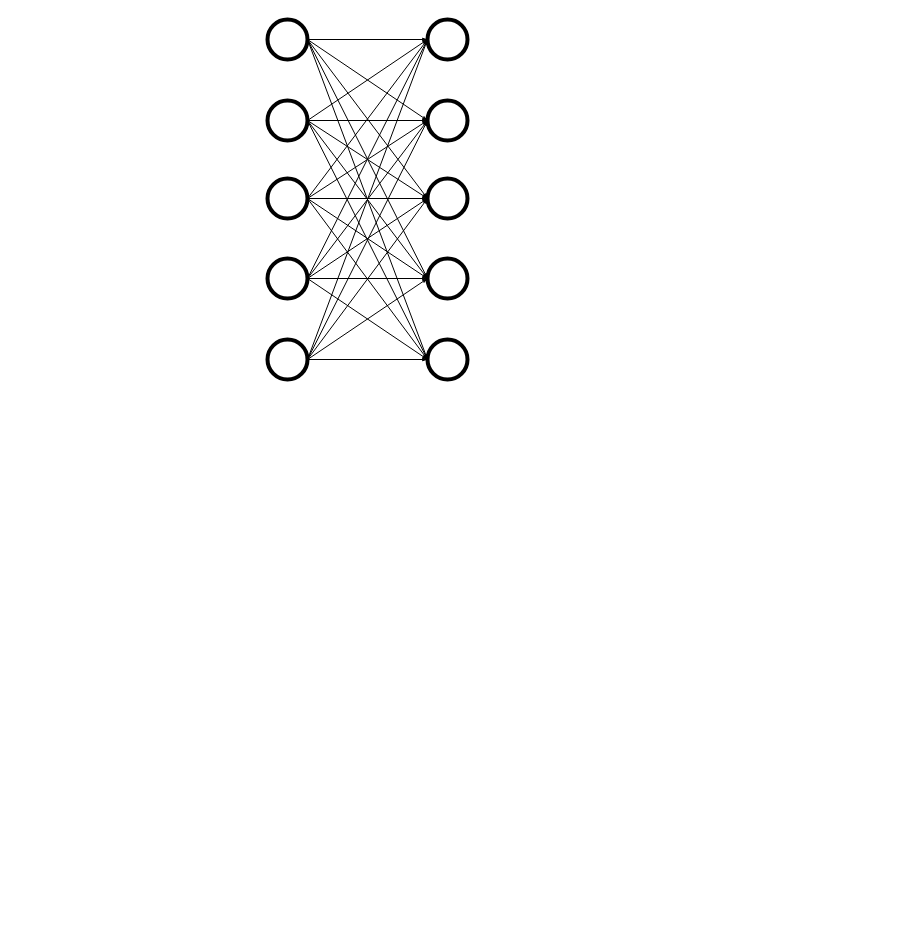
This is Untitled Diagram.drawio from gouxute/leetcode, a draw.io file, before an edit. Source tidied: cells renumbered, new cells numbered last; positions are measured from the earlier drawing's top-left corner, leaving out a move shared by most shapes. Both pictures are drawn from the tidied source at 100%, with x=0, y=0 at pixel (267, 19).
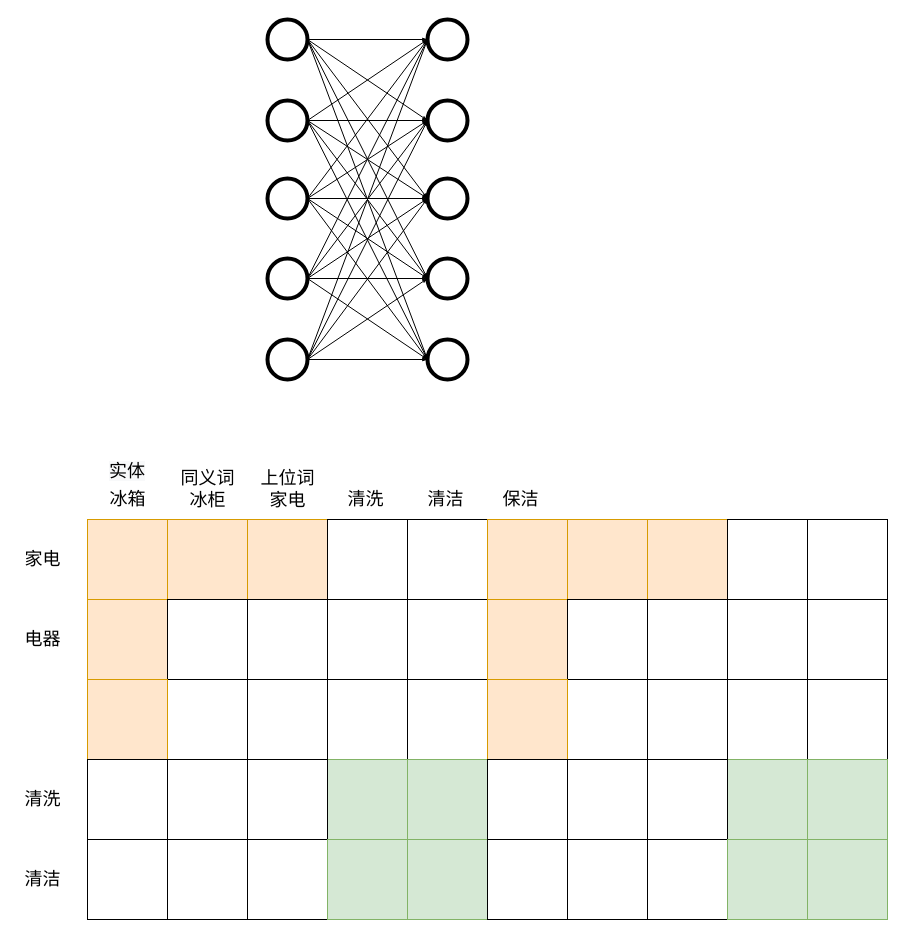
Above is the later version.

The edit, as a diff of the source:
```diff
@@
+    <mxCell id="37" style="whiteSpace=wrap;html=1;fillColor=#ffe6cc;strokeColor=#d79b00;" parent="1" vertex="1">
+      <mxGeometry x="-180" y="500" width="80" height="80" as="geometry" />
+    </mxCell>
+    <mxCell id="38" style="whiteSpace=wrap;html=1;fillColor=#ffe6cc;strokeColor=#d79b00;" parent="1" vertex="1">
+      <mxGeometry x="-100" y="500" width="80" height="80" as="geometry" />
+    </mxCell>
+    <mxCell id="39" style="whiteSpace=wrap;html=1;fillColor=#ffe6cc;strokeColor=#d79b00;" parent="1" vertex="1">
+      <mxGeometry x="-20" y="500" width="80" height="80" as="geometry" />
+    </mxCell>
+    <mxCell id="40" style="whiteSpace=wrap;html=1;fillColor=#ffe6cc;strokeColor=#d79b00;" parent="1" vertex="1">
+      <mxGeometry x="-180" y="580" width="80" height="80" as="geometry" />
+    </mxCell>
+    <mxCell id="41" style="whiteSpace=wrap;html=1;" parent="1" vertex="1">
+      <mxGeometry x="-100" y="580" width="80" height="80" as="geometry" />
+    </mxCell>
+    <mxCell id="42" style="whiteSpace=wrap;html=1;" parent="1" vertex="1">
+      <mxGeometry x="-20" y="580" width="80" height="80" as="geometry" />
+    </mxCell>
+    <mxCell id="43" style="whiteSpace=wrap;html=1;" parent="1" vertex="1">
+      <mxGeometry x="-20" y="660" width="80" height="80" as="geometry" />
+    </mxCell>
+    <mxCell id="44" style="whiteSpace=wrap;html=1;" parent="1" vertex="1">
+      <mxGeometry x="-100" y="660" width="80" height="80" as="geometry" />
+    </mxCell>
+    <mxCell id="45" style="whiteSpace=wrap;html=1;fillColor=#ffe6cc;strokeColor=#d79b00;" parent="1" vertex="1">
+      <mxGeometry x="-180" y="660" width="80" height="80" as="geometry" />
+    </mxCell>
+    <mxCell id="46" style="whiteSpace=wrap;html=1;" parent="1" vertex="1">
+      <mxGeometry x="60" y="500" width="80" height="80" as="geometry" />
+    </mxCell>
+    <mxCell id="47" style="whiteSpace=wrap;html=1;" parent="1" vertex="1">
+      <mxGeometry x="60" y="580" width="80" height="80" as="geometry" />
+    </mxCell>
+    <mxCell id="48" style="whiteSpace=wrap;html=1;" parent="1" vertex="1">
+      <mxGeometry x="60" y="660" width="80" height="80" as="geometry" />
+    </mxCell>
+    <mxCell id="49" style="whiteSpace=wrap;html=1;" parent="1" vertex="1">
+      <mxGeometry x="140" y="660" width="80" height="80" as="geometry" />
+    </mxCell>
+    <mxCell id="50" style="whiteSpace=wrap;html=1;fillColor=#d5e8d4;strokeColor=#82b366;" parent="1" vertex="1">
+      <mxGeometry x="140" y="740" width="80" height="80" as="geometry" />
+    </mxCell>
+    <mxCell id="51" style="whiteSpace=wrap;html=1;fillColor=#d5e8d4;strokeColor=#82b366;" parent="1" vertex="1">
+      <mxGeometry x="60" y="740" width="80" height="80" as="geometry" />
+    </mxCell>
+    <mxCell id="52" style="whiteSpace=wrap;html=1;" parent="1" vertex="1">
+      <mxGeometry x="-20" y="740" width="80" height="80" as="geometry" />
+    </mxCell>
+    <mxCell id="53" style="whiteSpace=wrap;html=1;" parent="1" vertex="1">
+      <mxGeometry x="-100" y="740" width="80" height="80" as="geometry" />
+    </mxCell>
+    <mxCell id="54" style="whiteSpace=wrap;html=1;" parent="1" vertex="1">
+      <mxGeometry x="-180" y="740" width="80" height="80" as="geometry" />
+    </mxCell>
+    <mxCell id="55" style="whiteSpace=wrap;html=1;" parent="1" vertex="1">
+      <mxGeometry x="-180" y="820" width="80" height="80" as="geometry" />
+    </mxCell>
+    <mxCell id="56" style="whiteSpace=wrap;html=1;" parent="1" vertex="1">
+      <mxGeometry x="-100" y="820" width="80" height="80" as="geometry" />
+    </mxCell>
+    <mxCell id="57" style="whiteSpace=wrap;html=1;" parent="1" vertex="1">
+      <mxGeometry x="-20" y="820" width="80" height="80" as="geometry" />
+    </mxCell>
+    <mxCell id="58" style="whiteSpace=wrap;html=1;fillColor=#d5e8d4;strokeColor=#82b366;" parent="1" vertex="1">
+      <mxGeometry x="60" y="820" width="80" height="80" as="geometry" />
+    </mxCell>
+    <mxCell id="59" style="whiteSpace=wrap;html=1;fillColor=#d5e8d4;strokeColor=#82b366;" parent="1" vertex="1">
+      <mxGeometry x="140" y="820" width="80" height="80" as="geometry" />
+    </mxCell>
+    <mxCell id="60" style="whiteSpace=wrap;html=1;" parent="1" vertex="1">
+      <mxGeometry x="140" y="580" width="80" height="80" as="geometry" />
+    </mxCell>
+    <mxCell id="61" style="whiteSpace=wrap;html=1;" parent="1" vertex="1">
+      <mxGeometry x="140" y="500" width="80" height="80" as="geometry" />
+    </mxCell>
+    <mxCell id="62" value="冰箱" style="text;html=1;align=center;verticalAlign=middle;fontSize=18;" parent="1" vertex="1">
+      <mxGeometry x="-165" y="465" width="50" height="30" as="geometry" />
+    </mxCell>
+    <mxCell id="63" value="同义词&lt;br&gt;冰柜" style="text;html=1;align=center;verticalAlign=middle;fontSize=18;" parent="1" vertex="1">
+      <mxGeometry x="-95" y="445" width="70" height="50" as="geometry" />
+    </mxCell>
+    <mxCell id="64" value="&lt;font style=&quot;font-size: 18px&quot;&gt;上位词&lt;br&gt;家电&lt;/font&gt;" style="text;html=1;align=center;verticalAlign=middle;fontSize=18;" parent="1" vertex="1">
+      <mxGeometry x="-15" y="445" width="70" height="50" as="geometry" />
+    </mxCell>
+    <mxCell id="65" value="家电" style="text;html=1;align=center;verticalAlign=middle;fontSize=18;" parent="1" vertex="1">
+      <mxGeometry x="-250" y="525" width="50" height="30" as="geometry" />
+    </mxCell>
+    <mxCell id="66" value="电器" style="text;html=1;align=center;verticalAlign=middle;fontSize=18;" parent="1" vertex="1">
+      <mxGeometry x="-250" y="605" width="50" height="30" as="geometry" />
+    </mxCell>
+    <mxCell id="67" value="清洗" style="text;html=1;align=center;verticalAlign=middle;fontSize=18;" parent="1" vertex="1">
+      <mxGeometry x="-250" y="765" width="50" height="30" as="geometry" />
+    </mxCell>
+    <mxCell id="68" value="清洁" style="text;html=1;align=center;verticalAlign=middle;fontSize=18;" parent="1" vertex="1">
+      <mxGeometry x="-250" y="845" width="50" height="30" as="geometry" />
+    </mxCell>
+    <mxCell id="69" style="whiteSpace=wrap;html=1;fillColor=#ffe6cc;strokeColor=#d79b00;" parent="1" vertex="1">
+      <mxGeometry x="220" y="500" width="80" height="80" as="geometry" />
+    </mxCell>
+    <mxCell id="70" style="whiteSpace=wrap;html=1;fillColor=#ffe6cc;strokeColor=#d79b00;" parent="1" vertex="1">
+      <mxGeometry x="300" y="500" width="80" height="80" as="geometry" />
+    </mxCell>
+    <mxCell id="71" style="whiteSpace=wrap;html=1;fillColor=#ffe6cc;strokeColor=#d79b00;" parent="1" vertex="1">
+      <mxGeometry x="380" y="500" width="80" height="80" as="geometry" />
+    </mxCell>
+    <mxCell id="72" style="whiteSpace=wrap;html=1;fillColor=#ffe6cc;strokeColor=#d79b00;" parent="1" vertex="1">
+      <mxGeometry x="220" y="580" width="80" height="80" as="geometry" />
+    </mxCell>
+    <mxCell id="73" style="whiteSpace=wrap;html=1;" parent="1" vertex="1">
+      <mxGeometry x="300" y="580" width="80" height="80" as="geometry" />
+    </mxCell>
+    <mxCell id="74" style="whiteSpace=wrap;html=1;" parent="1" vertex="1">
+      <mxGeometry x="380" y="580" width="80" height="80" as="geometry" />
+    </mxCell>
+    <mxCell id="75" style="whiteSpace=wrap;html=1;" parent="1" vertex="1">
+      <mxGeometry x="380" y="660" width="80" height="80" as="geometry" />
+    </mxCell>
+    <mxCell id="76" style="whiteSpace=wrap;html=1;" parent="1" vertex="1">
+      <mxGeometry x="300" y="660" width="80" height="80" as="geometry" />
+    </mxCell>
+    <mxCell id="77" style="whiteSpace=wrap;html=1;fillColor=#ffe6cc;strokeColor=#d79b00;" parent="1" vertex="1">
+      <mxGeometry x="220" y="660" width="80" height="80" as="geometry" />
+    </mxCell>
+    <mxCell id="78" style="whiteSpace=wrap;html=1;" parent="1" vertex="1">
+      <mxGeometry x="460" y="500" width="80" height="80" as="geometry" />
+    </mxCell>
+    <mxCell id="79" style="whiteSpace=wrap;html=1;" parent="1" vertex="1">
+      <mxGeometry x="460" y="580" width="80" height="80" as="geometry" />
+    </mxCell>
+    <mxCell id="80" style="whiteSpace=wrap;html=1;" parent="1" vertex="1">
+      <mxGeometry x="460" y="660" width="80" height="80" as="geometry" />
+    </mxCell>
+    <mxCell id="81" style="whiteSpace=wrap;html=1;" parent="1" vertex="1">
+      <mxGeometry x="540" y="660" width="80" height="80" as="geometry" />
+    </mxCell>
+    <mxCell id="82" style="whiteSpace=wrap;html=1;fillColor=#d5e8d4;strokeColor=#82b366;" parent="1" vertex="1">
+      <mxGeometry x="540" y="740" width="80" height="80" as="geometry" />
+    </mxCell>
+    <mxCell id="83" style="whiteSpace=wrap;html=1;fillColor=#d5e8d4;strokeColor=#82b366;" parent="1" vertex="1">
+      <mxGeometry x="460" y="740" width="80" height="80" as="geometry" />
+    </mxCell>
+    <mxCell id="84" style="whiteSpace=wrap;html=1;" parent="1" vertex="1">
+      <mxGeometry x="380" y="740" width="80" height="80" as="geometry" />
+    </mxCell>
+    <mxCell id="85" style="whiteSpace=wrap;html=1;" parent="1" vertex="1">
+      <mxGeometry x="300" y="740" width="80" height="80" as="geometry" />
+    </mxCell>
+    <mxCell id="86" style="whiteSpace=wrap;html=1;" parent="1" vertex="1">
+      <mxGeometry x="220" y="740" width="80" height="80" as="geometry" />
+    </mxCell>
+    <mxCell id="87" style="whiteSpace=wrap;html=1;" parent="1" vertex="1">
+      <mxGeometry x="220" y="820" width="80" height="80" as="geometry" />
+    </mxCell>
+    <mxCell id="88" style="whiteSpace=wrap;html=1;" parent="1" vertex="1">
+      <mxGeometry x="300" y="820" width="80" height="80" as="geometry" />
+    </mxCell>
+    <mxCell id="89" style="whiteSpace=wrap;html=1;" parent="1" vertex="1">
+      <mxGeometry x="380" y="820" width="80" height="80" as="geometry" />
+    </mxCell>
+    <mxCell id="90" style="whiteSpace=wrap;html=1;fillColor=#d5e8d4;strokeColor=#82b366;" parent="1" vertex="1">
+      <mxGeometry x="460" y="820" width="80" height="80" as="geometry" />
+    </mxCell>
+    <mxCell id="91" style="whiteSpace=wrap;html=1;fillColor=#d5e8d4;strokeColor=#82b366;" parent="1" vertex="1">
+      <mxGeometry x="540" y="820" width="80" height="80" as="geometry" />
+    </mxCell>
+    <mxCell id="92" style="whiteSpace=wrap;html=1;" parent="1" vertex="1">
+      <mxGeometry x="540" y="580" width="80" height="80" as="geometry" />
+    </mxCell>
+    <mxCell id="93" style="whiteSpace=wrap;html=1;" parent="1" vertex="1">
+      <mxGeometry x="540" y="500" width="80" height="80" as="geometry" />
+    </mxCell>
+    <mxCell id="94" value="清洗" style="text;html=1;align=center;verticalAlign=middle;fontSize=18;" parent="1" vertex="1">
+      <mxGeometry x="73" y="465" width="50" height="30" as="geometry" />
+    </mxCell>
+    <mxCell id="95" value="清洁" style="text;html=1;align=center;verticalAlign=middle;fontSize=18;" parent="1" vertex="1">
+      <mxGeometry x="152.5" y="465" width="50" height="30" as="geometry" />
+    </mxCell>
+    <mxCell id="96" value="&lt;font style=&quot;font-size: 18px&quot;&gt;保洁&lt;/font&gt;" style="text;html=1;align=center;verticalAlign=middle;fontSize=18;" parent="1" vertex="1">
+      <mxGeometry x="227.5" y="465" width="50" height="30" as="geometry" />
+    </mxCell>
+    <mxCell id="97" value="&lt;span style=&quot;color: rgb(0, 0, 0); font-family: helvetica; font-size: 18px; font-style: normal; font-weight: 400; letter-spacing: normal; text-align: center; text-indent: 0px; text-transform: none; word-spacing: 0px; background-color: rgb(248, 249, 250); display: inline; float: none;&quot;&gt;实体&lt;/span&gt;" style="text;whiteSpace=wrap;html=1;fontSize=18;" parent="1" vertex="1">
+      <mxGeometry x="-160" y="435" width="50" height="30" as="geometry" />
+    </mxCell>
```
